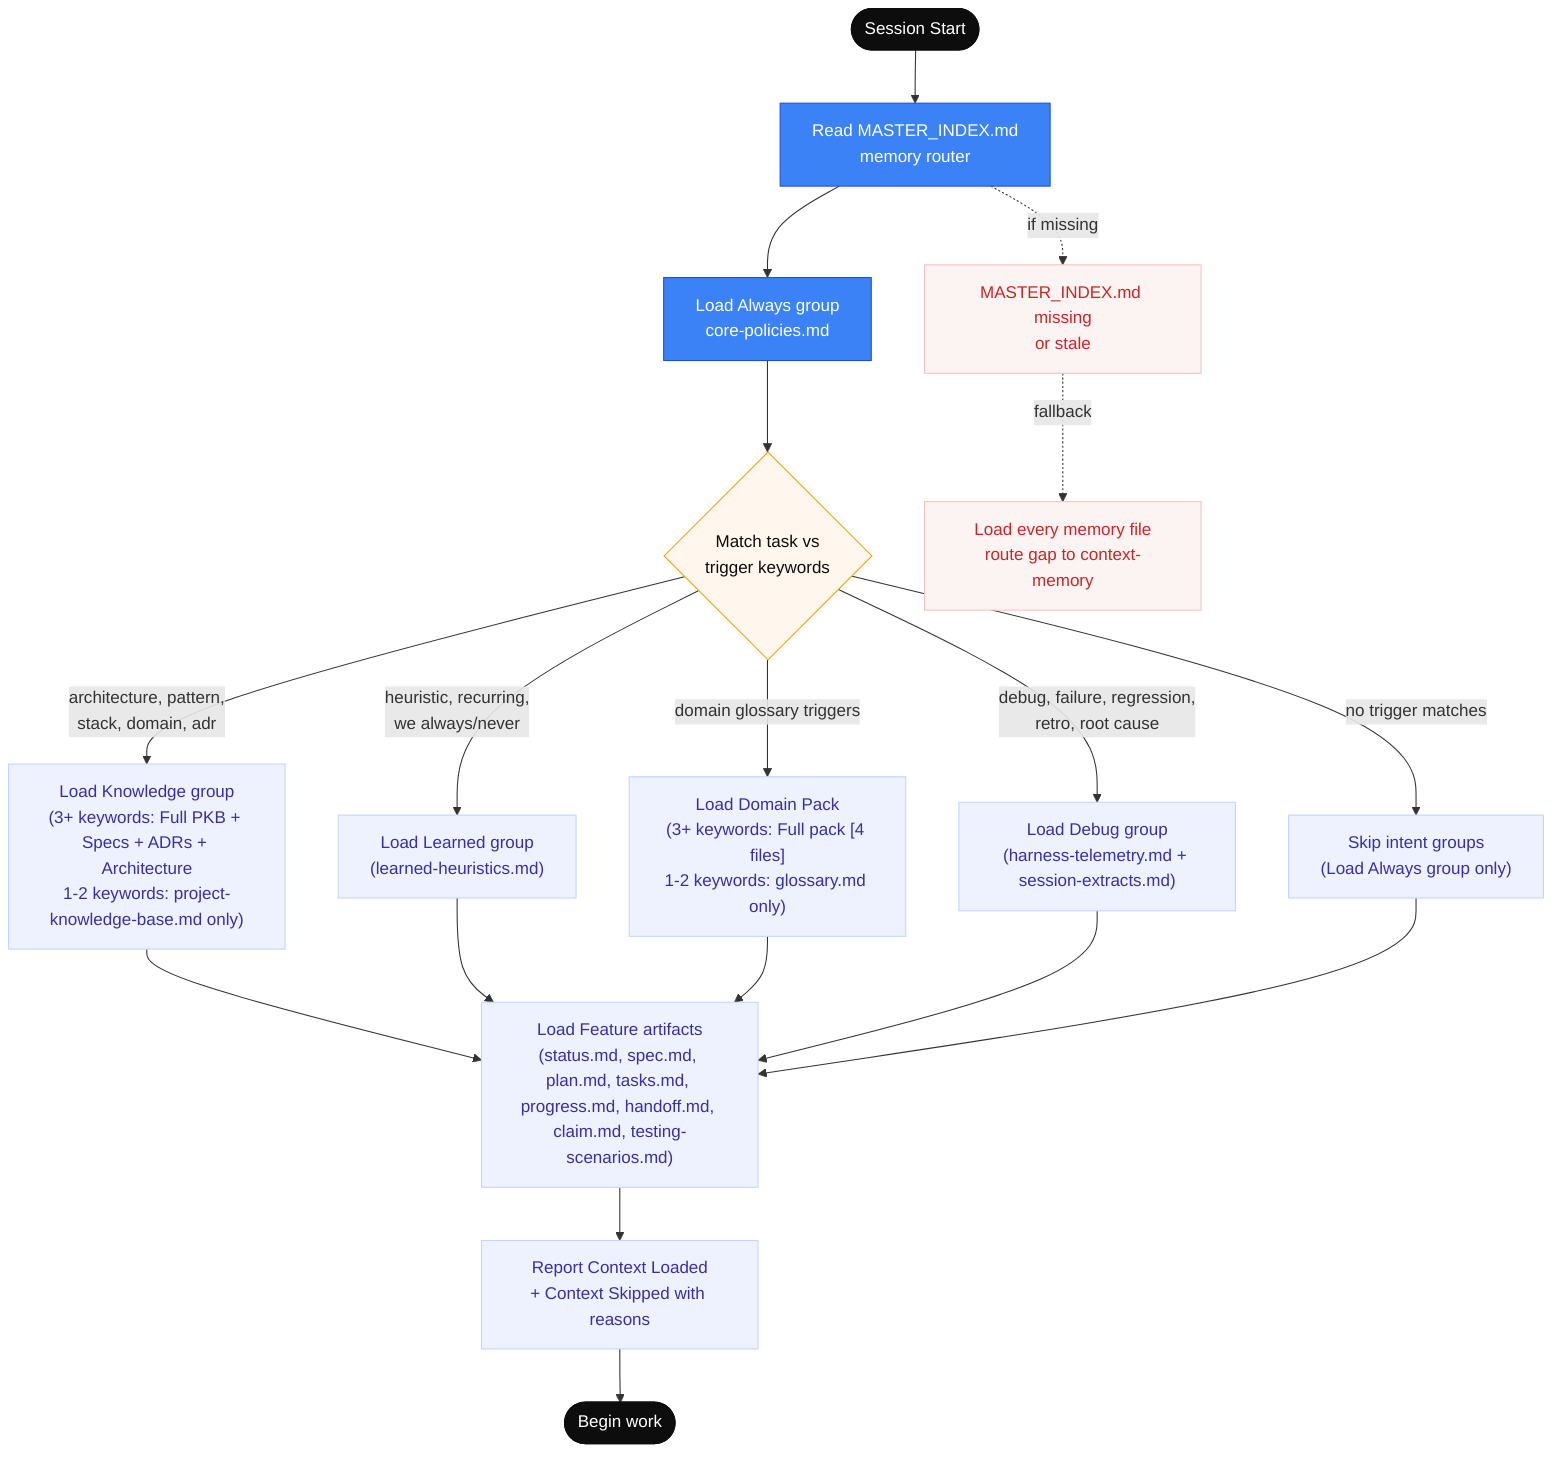
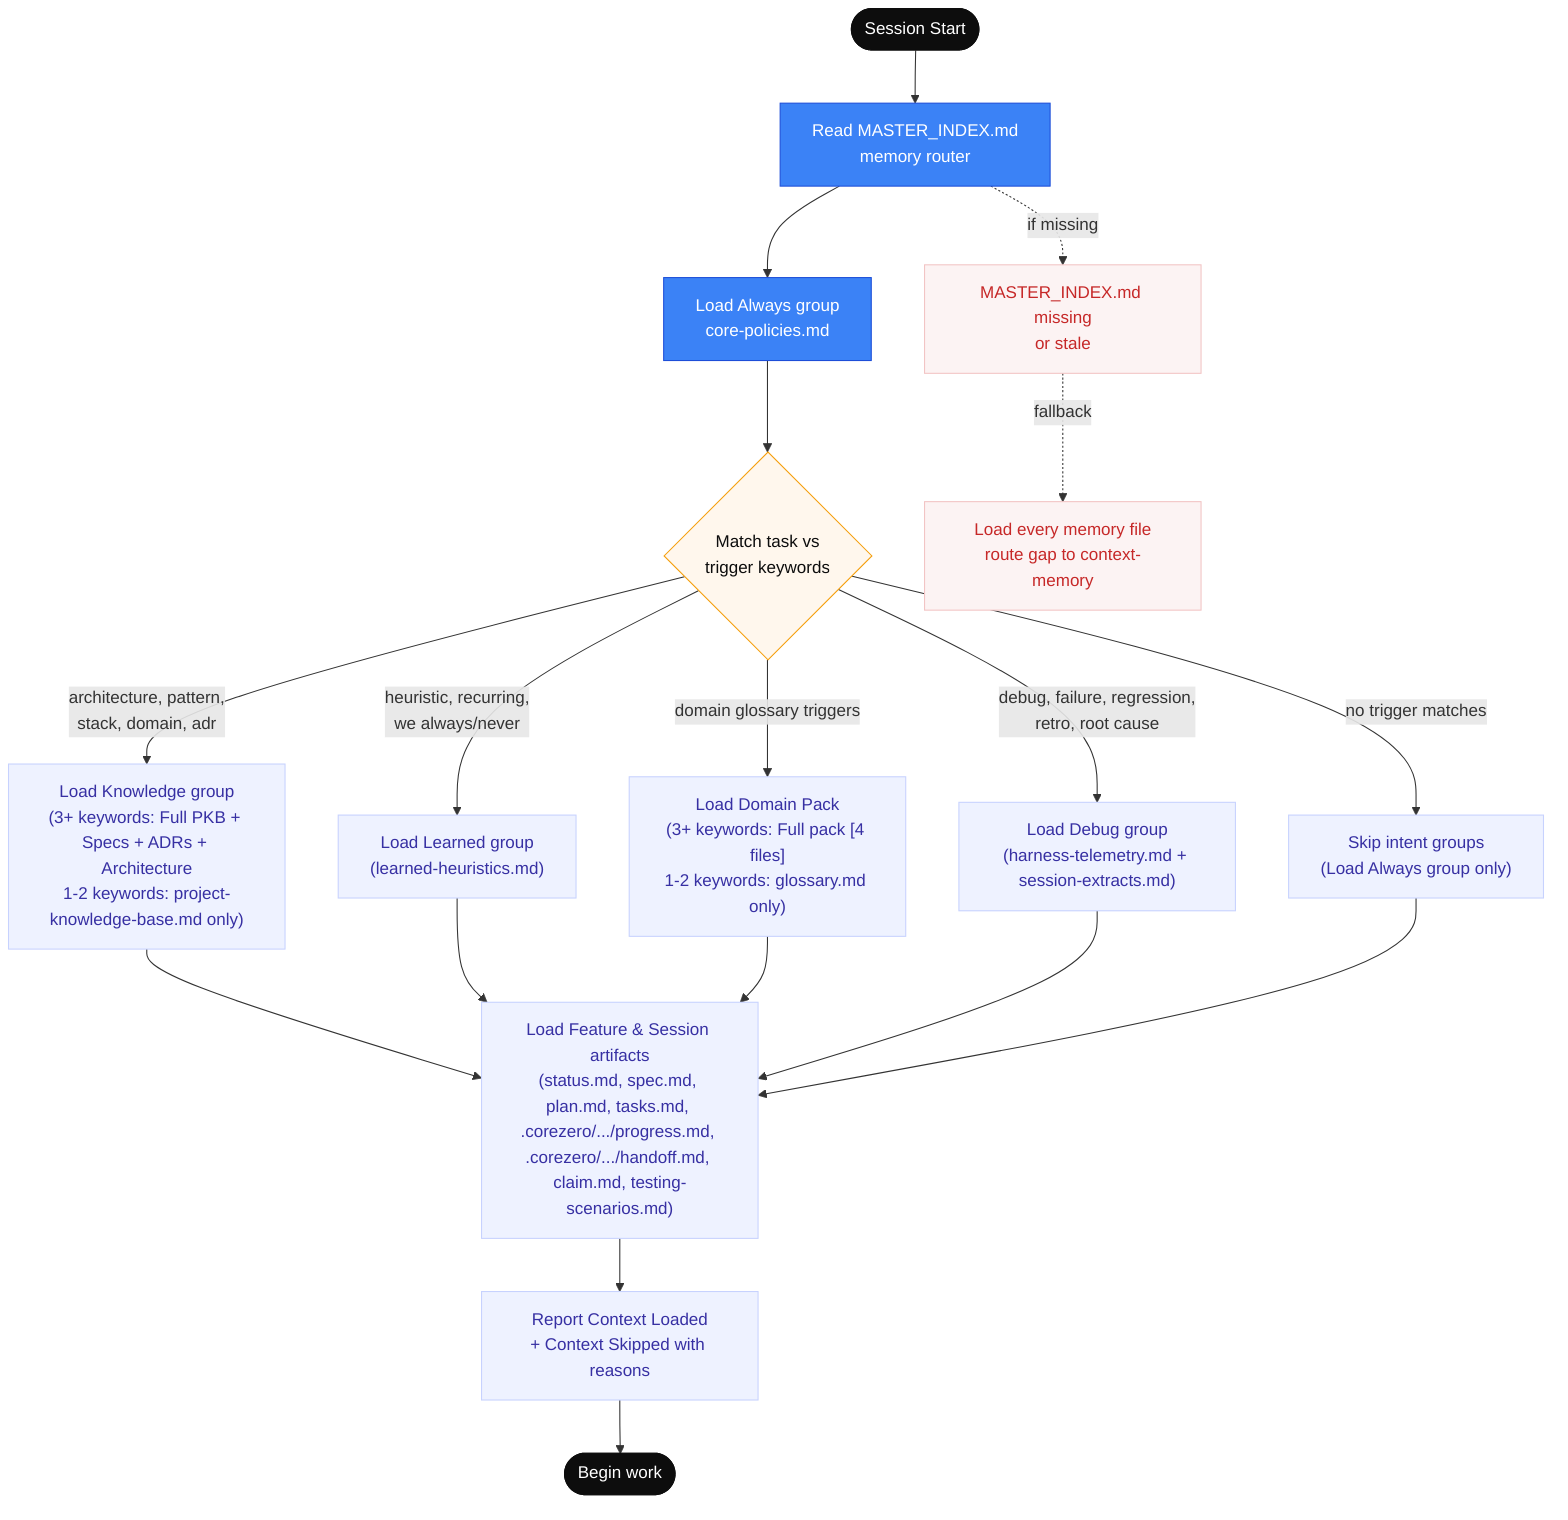
flowchart TD
    %% Smart Context Routing via MASTER_INDEX.md

    START([Session Start]) --> IDX[Read MASTER_INDEX.md<br/>memory router]
    IDX --> ALWAYS[Load Always group<br/>core-policies.md]

    ALWAYS --> MATCH{Match task vs<br/>trigger keywords}

    MATCH -->|architecture, pattern,<br/>stack, domain, adr| KNOW["Load Knowledge group<br/>(3+ keywords: Full PKB + Specs + ADRs + Architecture<br/>1-2 keywords: project-knowledge-base.md only)"]:::group
    MATCH -->|heuristic, recurring,<br/>we always/never| LEARN["Load Learned group<br/>(learned-heuristics.md)"]:::group
    MATCH -->|domain glossary triggers| DOMAIN["Load Domain Pack<br/>(3+ keywords: Full pack [4 files]<br/>1-2 keywords: glossary.md only)"]:::group
    MATCH -->|debug, failure, regression,<br/>retro, root cause| DEBUG["Load Debug group<br/>(harness-telemetry.md + session-extracts.md)"]:::group
    MATCH -->|no trigger matches| SKIP["Skip intent groups<br/>(Load Always group only)"]:::group

-     KNOW --> FEAT["Load Feature artifacts<br/>(status.md, spec.md, plan.md, tasks.md, progress.md, handoff.md, claim.md, testing-scenarios.md)"]:::group
+     KNOW --> FEAT["Load Feature & Session artifacts<br/>(status.md, spec.md, plan.md, tasks.md, .corezero/.../progress.md, .corezero/.../handoff.md, claim.md, testing-scenarios.md)"]:::group
    LEARN --> FEAT
    DOMAIN --> FEAT
    DEBUG --> FEAT
    SKIP --> FEAT

    FEAT --> REPORT[Report Context Loaded<br/>+ Context Skipped with reasons]:::group
    REPORT --> WORK([Begin work])

    STALE[MASTER_INDEX.md missing<br/>or stale] -.->|fallback| ALL[Load every memory file<br/>route gap to context-memory]:::fallback
    IDX -.->|if missing| STALE

    classDef terminal fill:#0d0d0d,stroke:#0d0d0d,color:#fff
    classDef router fill:#3b82f6,stroke:#1d4ed8,color:#fff
    classDef group fill:#eef2ff,stroke:#c7d2fe,color:#3730a3
    classDef decision fill:#fff7ed,stroke:#f59e0b,color:#0d0d0d
    classDef fallback fill:#fcf3f3,stroke:#f2c4c4,color:#c62828

    class START,WORK terminal
    class IDX,ALWAYS router
    class FEAT,KNOW,LEARN,DOMAIN,DEBUG,SKIP,REPORT group
    class MATCH decision
    class STALE,ALL fallback
